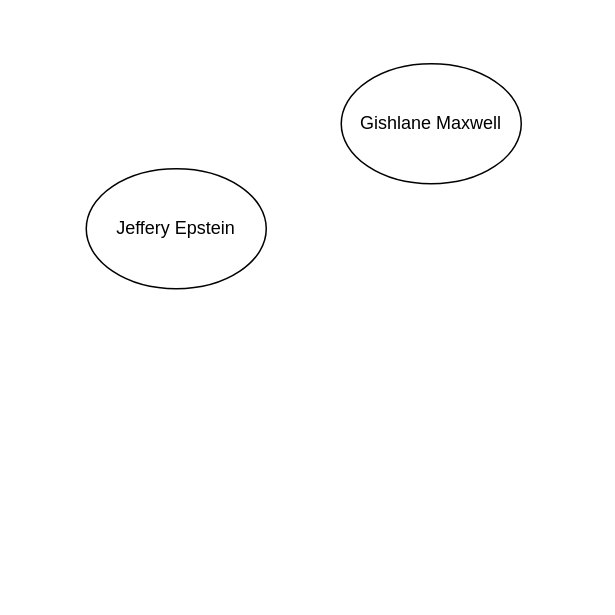
Above: EPSTEINFILES.drawio in frujujuice/CTFs (draw.io), before the change. Source tidied: cells renumbered, new cells numbered last; positions are measured from the earlier drawing's top-left corner, leaving out a move shared by most shapes. Both pictures are drawn from the tidied source at 150%, with x=0, y=0 at pixel (86, 63).
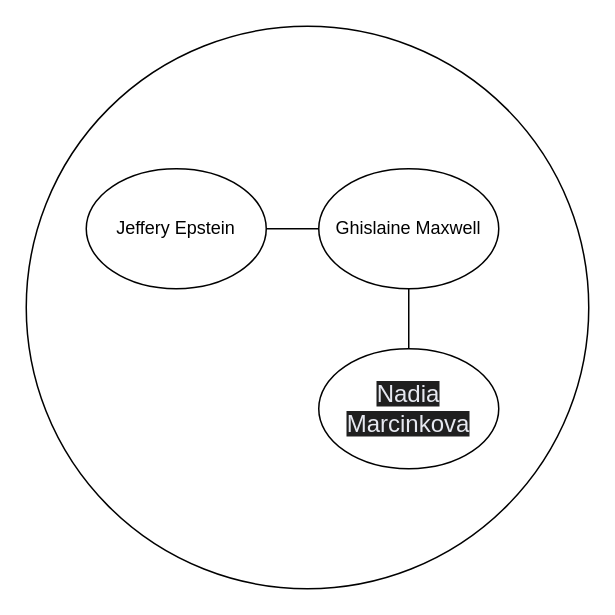
After the change.

Change to the diagram source:
```diff
@@
 <mxGraphModel>
   <root>
     <mxCell id="0" />
     <mxCell id="1" parent="0" />
+    <mxCell id="4" style="ellipse;whiteSpace=wrap;html=1;" parent="1" vertex="1">
+      <mxGeometry x="-40" y="-25" width="375" height="375" as="geometry" />
+    </mxCell>
     <mxCell id="2" value="Jeffery Epstein" style="ellipse;whiteSpace=wrap;html=1;" parent="1" vertex="1">
       <mxGeometry y="70" width="120" height="80" as="geometry" />
     </mxCell>
-    <mxCell id="3" value="Gishlane Maxwell" style="ellipse;whiteSpace=wrap;html=1;" parent="1" vertex="1">
-      <mxGeometry x="170" width="120" height="80" as="geometry" />
+    <mxCell id="3" value="Ghislaine Maxwell" style="ellipse;whiteSpace=wrap;html=1;" parent="1" vertex="1">
+      <mxGeometry x="155" y="70" width="120" height="80" as="geometry" />
     </mxCell>
+    <mxCell id="5" value="&lt;span style=&quot;color: rgb(230, 232, 240); font-family: &amp;quot;Google Sans&amp;quot;, Arial, sans-serif; font-size: 16px; text-align: start; background-color: rgb(31, 31, 31);&quot;&gt;Nadia Marcinkova&lt;/span&gt;" style="ellipse;whiteSpace=wrap;html=1;" parent="1" vertex="1">
+      <mxGeometry x="155" y="190" width="120" height="80" as="geometry" />
+    </mxCell>
+    <mxCell id="6" style="endArrow=none;html=1;rounded=0;entryX=1;entryY=0.5;entryDx=0;entryDy=0;exitX=0;exitY=0.5;exitDx=0;exitDy=0;" parent="1" edge="1" source="3" target="2">
+      <mxGeometry relative="1" as="geometry" />
+    </mxCell>
+    <mxCell id="7" style="endArrow=none;html=1;rounded=0;entryX=0.5;entryY=1;entryDx=0;entryDy=0;exitX=0.5;exitY=0;exitDx=0;exitDy=0;" parent="1" edge="1" source="5" target="3">
+      <mxGeometry relative="1" as="geometry" />
+    </mxCell>
   </root>
 </mxGraphModel>
```
